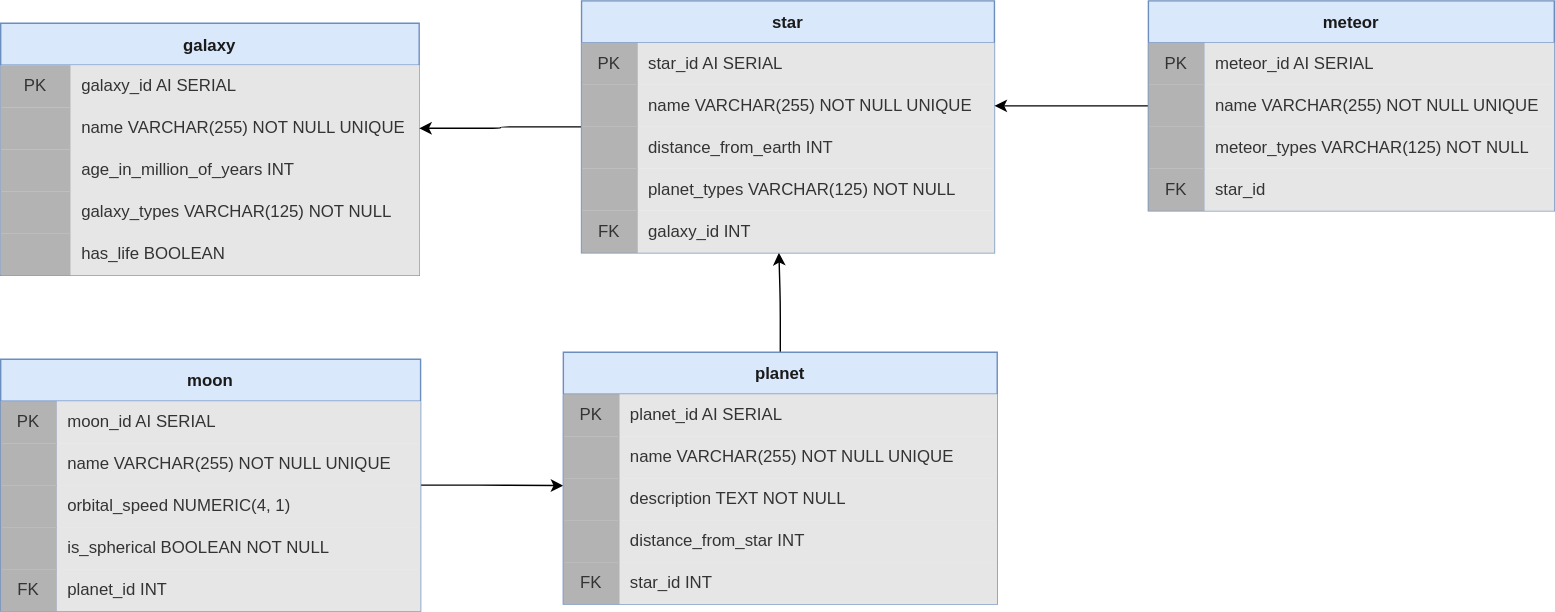
Earlier version of the draw.io export universe/universe.drawio.svg (oh-math/universe-db). Source tidied: cells renumbered, new cells last; positions are measured from the earlier drawing's top-left corner, leaving out a move shared by most shapes.
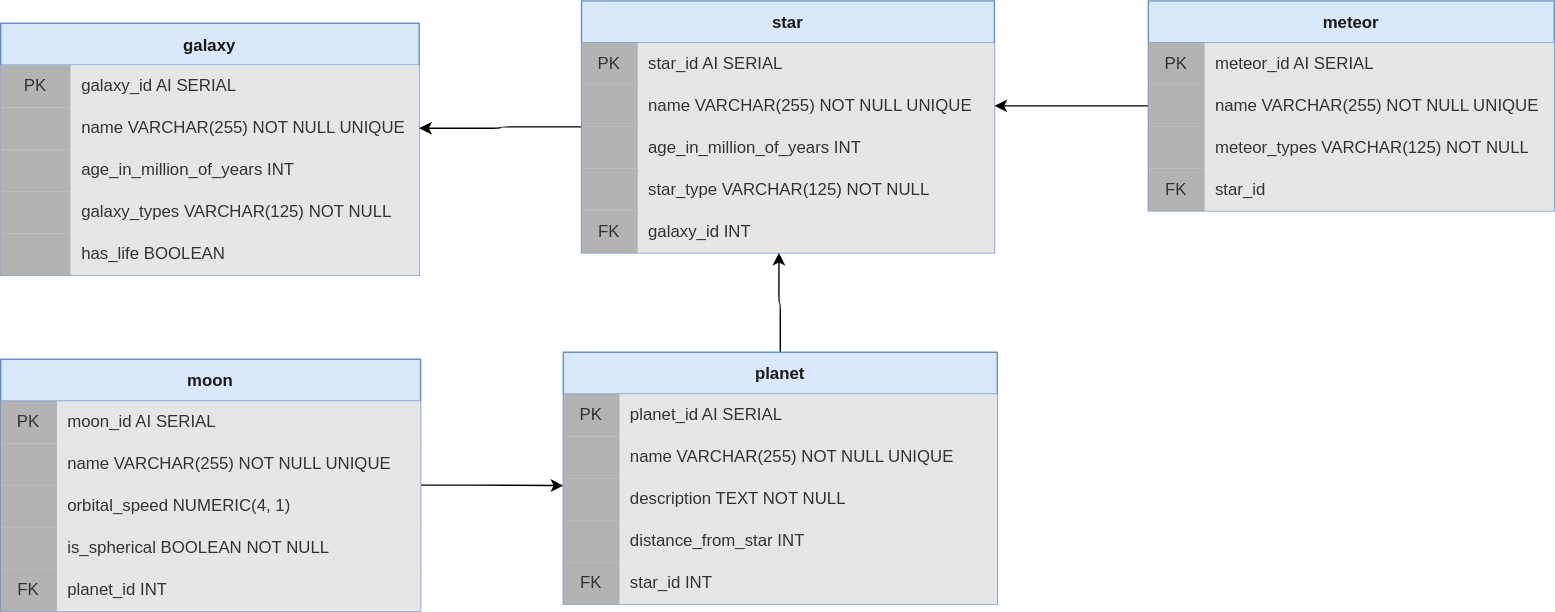
Later version of the same file.

The edit, as a diff of the source:
```diff
@@ -182,7 +182,7 @@
     <mxCell id="61" style="shape=partialRectangle;html=1;whiteSpace=wrap;fillColor=#B3B3B3;top=0;left=0;bottom=0;right=0;overflow=hidden;fontColor=#333333;" parent="60" vertex="1">
       <mxGeometry width="40" height="30" as="geometry" />
     </mxCell>
-    <mxCell id="62" value="distance_from_earth INT&amp;nbsp;" style="shape=partialRectangle;html=1;whiteSpace=wrap;fillColor=#E6E6E6;top=0;left=0;bottom=0;right=0;align=left;spacingLeft=6;overflow=hidden;fontColor=#333333;" parent="60" vertex="1">
+    <mxCell id="62" value="age_in_million_of_years INT" style="shape=partialRectangle;html=1;whiteSpace=wrap;fillColor=#E6E6E6;top=0;left=0;bottom=0;right=0;align=left;spacingLeft=6;overflow=hidden;fontColor=#333333;" parent="60" vertex="1">
       <mxGeometry x="40" width="255" height="30" as="geometry" />
     </mxCell>
     <mxCell id="63" style="shape=tableRow;horizontal=0;startSize=0;swimlaneHead=0;swimlaneBody=0;top=0;left=0;bottom=0;right=0;fillColor=none;fontColor=#333333;" parent="53" vertex="1">
@@ -191,7 +191,7 @@
     <mxCell id="64" style="shape=partialRectangle;html=1;whiteSpace=wrap;fillColor=#B3B3B3;top=0;left=0;bottom=0;right=0;overflow=hidden;fontColor=#333333;" parent="63" vertex="1">
       <mxGeometry width="40" height="30" as="geometry" />
     </mxCell>
-    <mxCell id="65" value="planet_types VARCHAR(125) NOT NULL" style="shape=partialRectangle;html=1;whiteSpace=wrap;fillColor=#E6E6E6;top=0;left=0;bottom=0;right=0;align=left;spacingLeft=6;overflow=hidden;fontColor=#333333;" parent="63" vertex="1">
+    <mxCell id="65" value="star_type VARCHAR(125) NOT NULL" style="shape=partialRectangle;html=1;whiteSpace=wrap;fillColor=#E6E6E6;top=0;left=0;bottom=0;right=0;align=left;spacingLeft=6;overflow=hidden;fontColor=#333333;" parent="63" vertex="1">
       <mxGeometry x="40" width="255" height="30" as="geometry" />
     </mxCell>
     <mxCell id="66" style="shape=tableRow;horizontal=0;startSize=0;swimlaneHead=0;swimlaneBody=0;top=0;left=0;bottom=0;right=0;fillColor=none;points=[[0,0.5],[1,0.5]];portConstraint=eastwest;fontColor=#333333;" parent="53" vertex="1">
```
